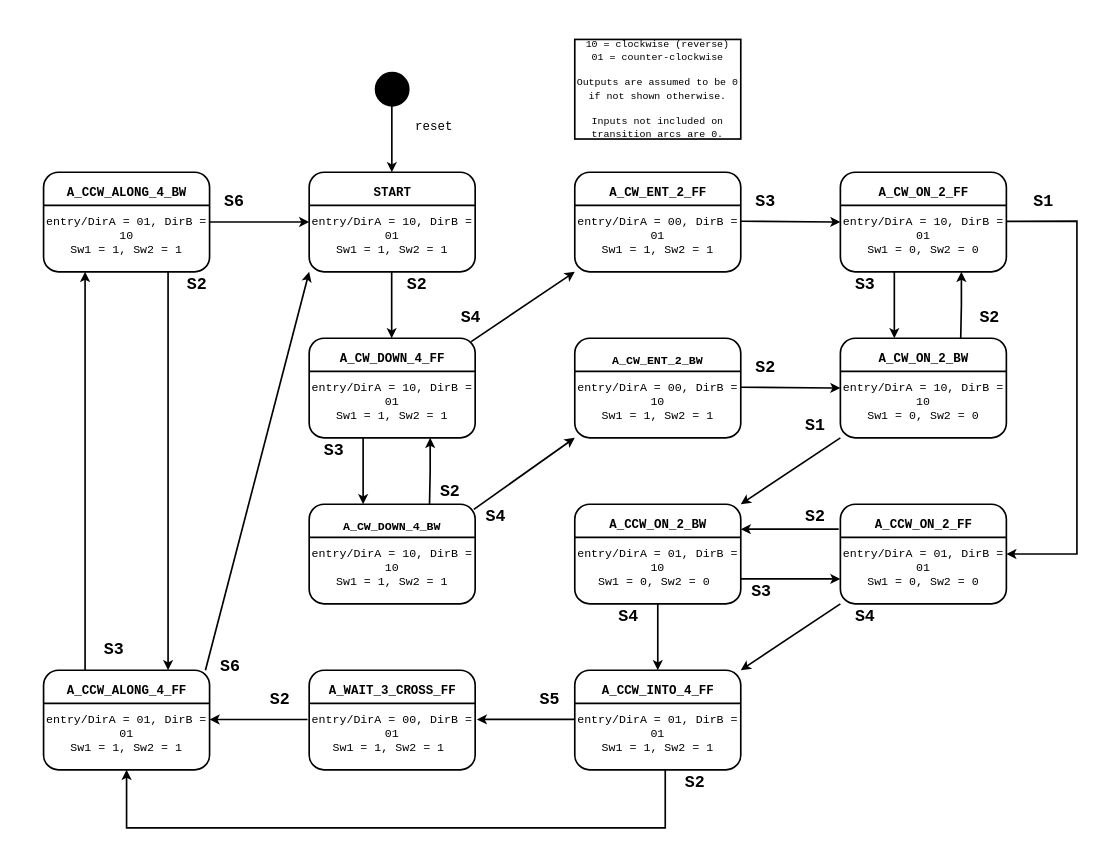
printjoshhere/CS1301 keeps this draw.io diagram as page "Lab6PreLab" (4 of 4) of CS1301/Untitled Diagram.drawio. Above is the earlier version. Source tidied: cells renumbered, new cells numbered last; positions are measured from the earlier drawing's top-left corner, leaving out a move shared by most shapes. Both pictures are drawn from the tidied source at 83%, with x=0, y=0 at pixel (43, 39).
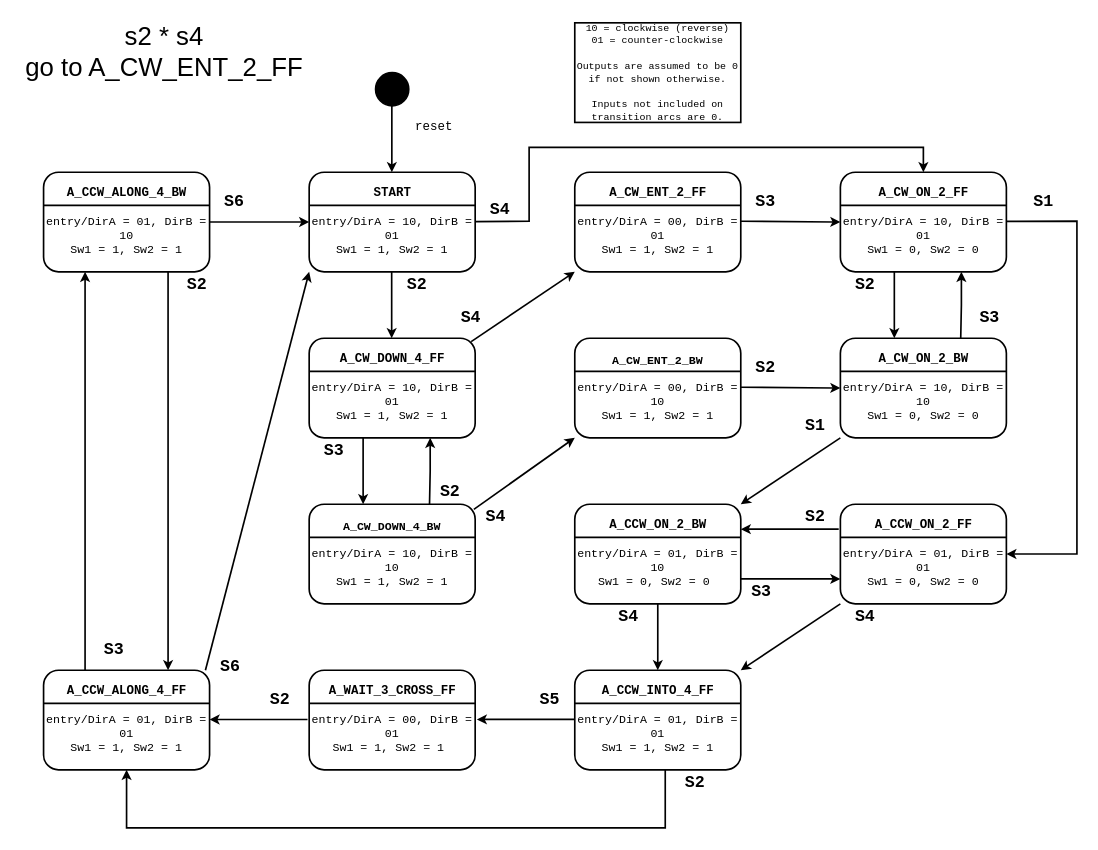
The same diagram, later.

Unchanged cells that the change refers to:
```xml
<mxCell id="41" value="&lt;font style=&quot;font-size: 14px;&quot; face=&quot;consolas&quot;&gt;&lt;br&gt;&lt;br&gt;&lt;br&gt;&lt;font style=&quot;font-size: 14px;&quot;&gt;entry/DirA = 10, DirB = 01&lt;/font&gt;&lt;br&gt;&lt;font style=&quot;font-size: 14px;&quot;&gt;Sw1 = 0, Sw2 = 0&lt;/font&gt;&lt;br&gt;&lt;span style=&quot;&quot;&gt;&amp;nbsp;&lt;/span&gt;&lt;/font&gt;" style="rounded=1;whiteSpace=wrap;html=1;strokeWidth=2;" parent="1" vertex="1">
  <mxGeometry x="960" y="160" width="200" height="120" as="geometry" />
</mxCell>
```

Change to the diagram source:
```diff
@@
     <mxCell id="7" value="&lt;font face=&quot;consolas&quot;&gt;10 = clockwise (reverse)&lt;br&gt;01 = counter-clockwise&lt;br&gt;&lt;br&gt;Outputs are assumed to be 0 if not shown otherwise.&lt;br&gt;&lt;br&gt;Inputs not included on transition arcs are 0.&lt;br&gt;&lt;/font&gt;" style="rounded=0;whiteSpace=wrap;html=1;strokeWidth=2;" parent="1" vertex="1">
-      <mxGeometry x="640" width="200" height="120" as="geometry" />
+      <mxGeometry x="640" y="-20" width="200" height="120" as="geometry" />
     </mxCell>
@@
-    <mxCell id="65" value="&lt;font style=&quot;font-size: 20px;&quot; face=&quot;consolas&quot;&gt;&lt;b&gt;S2&lt;/b&gt;&lt;/font&gt;" style="text;html=1;strokeColor=none;fillColor=none;align=center;verticalAlign=middle;whiteSpace=wrap;rounded=0;" parent="1" vertex="1">
+    <mxCell id="65" value="&lt;font style=&quot;font-size: 20px;&quot; face=&quot;consolas&quot;&gt;&lt;b&gt;S3&lt;/b&gt;&lt;/font&gt;" style="text;html=1;strokeColor=none;fillColor=none;align=center;verticalAlign=middle;whiteSpace=wrap;rounded=0;" parent="1" vertex="1">
       <mxGeometry x="1110" y="320" width="60" height="30" as="geometry" />
     </mxCell>
-    <mxCell id="66" value="&lt;font style=&quot;font-size: 20px;&quot; face=&quot;consolas&quot;&gt;&lt;b&gt;S3&lt;/b&gt;&lt;/font&gt;" style="text;html=1;strokeColor=none;fillColor=none;align=center;verticalAlign=middle;whiteSpace=wrap;rounded=0;" parent="1" vertex="1">
+    <mxCell id="66" value="&lt;font style=&quot;font-size: 20px;&quot; face=&quot;consolas&quot;&gt;&lt;b&gt;S2&lt;/b&gt;&lt;/font&gt;" style="text;html=1;strokeColor=none;fillColor=none;align=center;verticalAlign=middle;whiteSpace=wrap;rounded=0;" parent="1" vertex="1">
       <mxGeometry x="960" y="280" width="60" height="30" as="geometry" />
     </mxCell>
@@
+    <mxCell id="88" style="endArrow=classic;html=1;rounded=0;strokeWidth=2;fontSize=15;entryX=0.5;entryY=0;entryDx=0;entryDy=0;" parent="1" edge="1" target="41">
+      <mxGeometry relative="1" as="geometry">
+        <mxPoint x="520" y="219.5" as="sourcePoint" />
+        <Array as="points">
+          <mxPoint x="585" y="219" />
+          <mxPoint x="585" y="130" />
+          <mxPoint x="1060" y="130" />
+        </Array>
+      </mxGeometry>
+    </mxCell>
+    <mxCell id="89" value="&lt;font style=&quot;font-size: 20px;&quot; face=&quot;consolas&quot;&gt;&lt;b&gt;S4&lt;/b&gt;&lt;/font&gt;" style="text;html=1;strokeColor=none;fillColor=none;align=center;verticalAlign=middle;whiteSpace=wrap;rounded=0;" parent="1" vertex="1">
+      <mxGeometry x="520" y="190" width="60" height="30" as="geometry" />
+    </mxCell>
+    <mxCell id="90" value="&lt;font style=&quot;font-size: 31px;&quot;&gt;s2 * s4&lt;br&gt;go to A_CW_ENT_2_FF&lt;br&gt;&lt;/font&gt;" style="text;html=1;align=center;verticalAlign=middle;strokeColor=none;fillColor=none;" parent="1" vertex="1">
+      <mxGeometry x="-35" y="-30" width="360" height="90" as="geometry" />
+    </mxCell>
```
